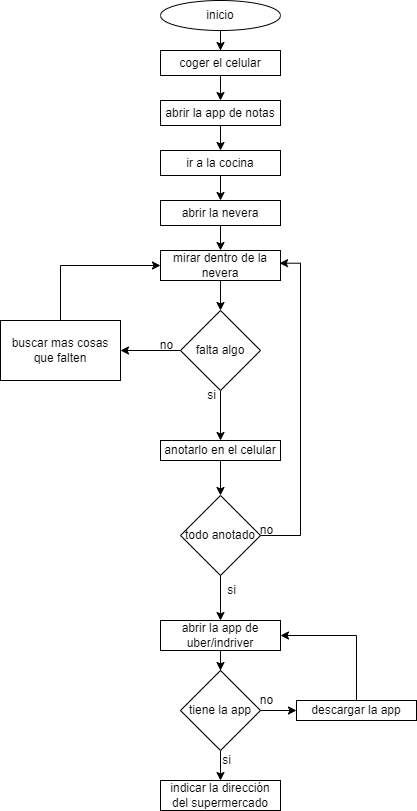
Above: Hacer mercado.png in dasamepu/platzi-flowcharts-de-la-vida-diaria (draw.io), before the change. Source tidied: cells renumbered, new cells last; positions are measured from the earlier drawing's top-left corner, leaving out a move shared by most shapes.
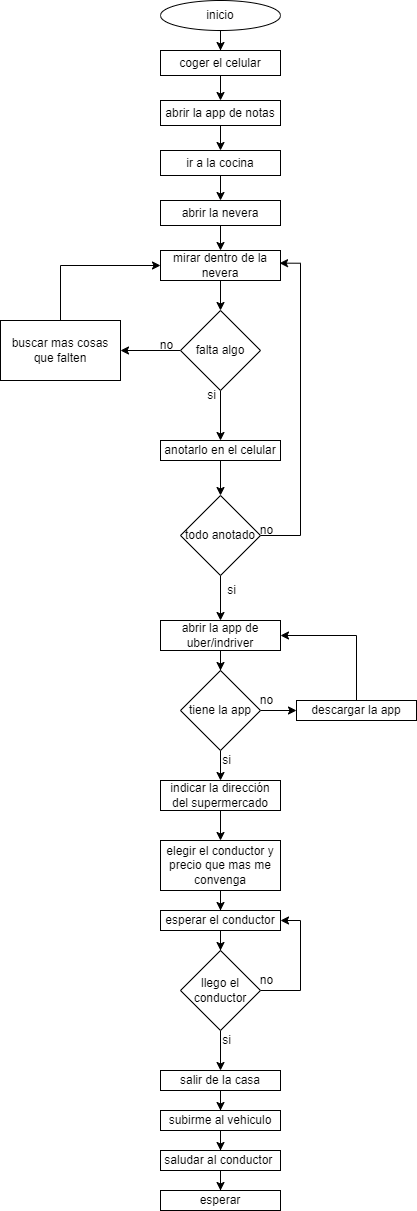
The same file after the commit.

Diff of the diagram source:
```diff
@@ -95,6 +95,9 @@
     <mxCell id="29" value="si" style="text;html=1;align=center;verticalAlign=middle;strokeColor=none;fillColor=none;" parent="1" vertex="1">
       <mxGeometry x="216" y="575" width="30" height="30" as="geometry" />
     </mxCell>
+    <mxCell id="38" style="edgeStyle=orthogonalEdgeStyle;rounded=0;jettySize=auto;html=1;" parent="1" edge="1" source="30" target="40">
+      <mxGeometry relative="1" as="geometry" />
+    </mxCell>
     <mxCell id="30" value="indicar la dirección del supermercado" style="whiteSpace=wrap;html=1;" parent="1" vertex="1">
       <mxGeometry x="160" y="780" width="120" height="30" as="geometry" />
     </mxCell>
@@ -123,5 +126,58 @@
     <mxCell id="37" value="no" style="text;html=1;align=center;verticalAlign=middle;strokeColor=none;fillColor=none;" parent="1" vertex="1">
       <mxGeometry x="246" y="685" width="40" height="30" as="geometry" />
     </mxCell>
+    <mxCell id="39" style="edgeStyle=orthogonalEdgeStyle;rounded=0;jettySize=auto;html=1;" parent="1" edge="1" source="40" target="42">
+      <mxGeometry relative="1" as="geometry" />
+    </mxCell>
+    <mxCell id="40" value="elegir el conductor y precio que mas me convenga" style="whiteSpace=wrap;html=1;" parent="1" vertex="1">
+      <mxGeometry x="160" y="840" width="120" height="50" as="geometry" />
+    </mxCell>
+    <mxCell id="41" style="edgeStyle=orthogonalEdgeStyle;rounded=0;jettySize=auto;html=1;" parent="1" edge="1" source="42" target="45">
+      <mxGeometry relative="1" as="geometry" />
+    </mxCell>
+    <mxCell id="42" value="esperar el conductor" style="whiteSpace=wrap;html=1;" parent="1" vertex="1">
+      <mxGeometry x="160" y="910" width="120" height="20" as="geometry" />
+    </mxCell>
+    <mxCell id="43" style="edgeStyle=orthogonalEdgeStyle;rounded=0;jettySize=auto;html=1;entryX=1;entryY=0.5;entryDx=0;entryDy=0;" parent="1" edge="1" source="45" target="42">
+      <mxGeometry relative="1" as="geometry">
+        <Array as="points">
+          <mxPoint x="300" y="990" />
+          <mxPoint x="300" y="920" />
+        </Array>
+      </mxGeometry>
+    </mxCell>
+    <mxCell id="44" style="edgeStyle=orthogonalEdgeStyle;rounded=0;jettySize=auto;html=1;exitX=0.5;exitY=1;exitDx=0;exitDy=0;" parent="1" edge="1" source="45" target="47">
+      <mxGeometry relative="1" as="geometry" />
+    </mxCell>
+    <mxCell id="45" value="llego el conductor" style="rhombus;whiteSpace=wrap;html=1;" parent="1" vertex="1">
+      <mxGeometry x="180" y="950" width="80" height="80" as="geometry" />
+    </mxCell>
+    <mxCell id="46" style="edgeStyle=orthogonalEdgeStyle;rounded=0;jettySize=auto;html=1;" parent="1" edge="1" source="47" target="49">
+      <mxGeometry relative="1" as="geometry" />
+    </mxCell>
+    <mxCell id="47" value="salir de la casa" style="whiteSpace=wrap;html=1;" parent="1" vertex="1">
+      <mxGeometry x="160" y="1070" width="120" height="20" as="geometry" />
+    </mxCell>
+    <mxCell id="48" style="edgeStyle=orthogonalEdgeStyle;rounded=0;jettySize=auto;html=1;" parent="1" edge="1" source="49" target="51">
+      <mxGeometry relative="1" as="geometry" />
+    </mxCell>
+    <mxCell id="49" value="subirme al vehiculo" style="whiteSpace=wrap;html=1;" parent="1" vertex="1">
+      <mxGeometry x="160" y="1110" width="120" height="20" as="geometry" />
+    </mxCell>
+    <mxCell id="50" style="edgeStyle=orthogonalEdgeStyle;rounded=0;jettySize=auto;html=1;" parent="1" edge="1" source="51" target="52">
+      <mxGeometry relative="1" as="geometry" />
+    </mxCell>
+    <mxCell id="51" value="saludar al conductor&amp;nbsp;" style="whiteSpace=wrap;html=1;" parent="1" vertex="1">
+      <mxGeometry x="160" y="1150" width="120" height="20" as="geometry" />
+    </mxCell>
+    <mxCell id="52" value="esperar" style="whiteSpace=wrap;html=1;" parent="1" vertex="1">
+      <mxGeometry x="160" y="1190" width="120" height="20" as="geometry" />
+    </mxCell>
+    <mxCell id="53" value="no" style="text;html=1;align=center;verticalAlign=middle;strokeColor=none;fillColor=none;" parent="1" vertex="1">
+      <mxGeometry x="246" y="965" width="40" height="30" as="geometry" />
+    </mxCell>
+    <mxCell id="54" value="si" style="text;html=1;align=center;verticalAlign=middle;strokeColor=none;fillColor=none;" parent="1" vertex="1">
+      <mxGeometry x="211" y="1025" width="30" height="30" as="geometry" />
+    </mxCell>
   </root>
 </mxGraphModel>
```
